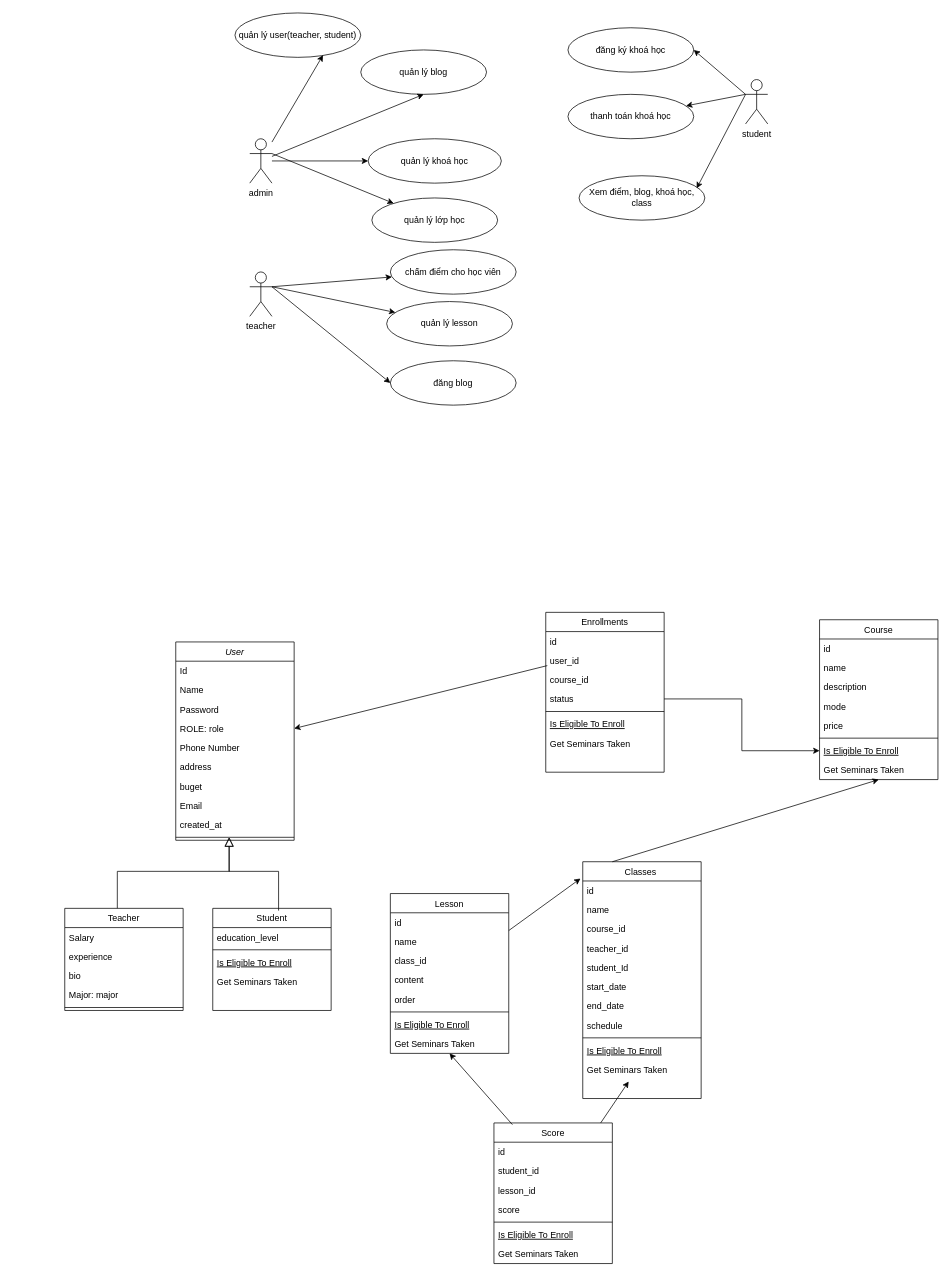
HieuNguyen06nd/JAVA-CORE---30 keeps this draw.io diagram as ManageTech/Biểu đồ không có tiêu đề.drawio. Above is the earlier version. Source tidied: cells renumbered, new cells numbered last; positions are measured from the earlier drawing's top-left corner, leaving out a move shared by most shapes. Both pictures are drawn from the tidied source at 74%, with x=0, y=0 at pixel (64, 13).
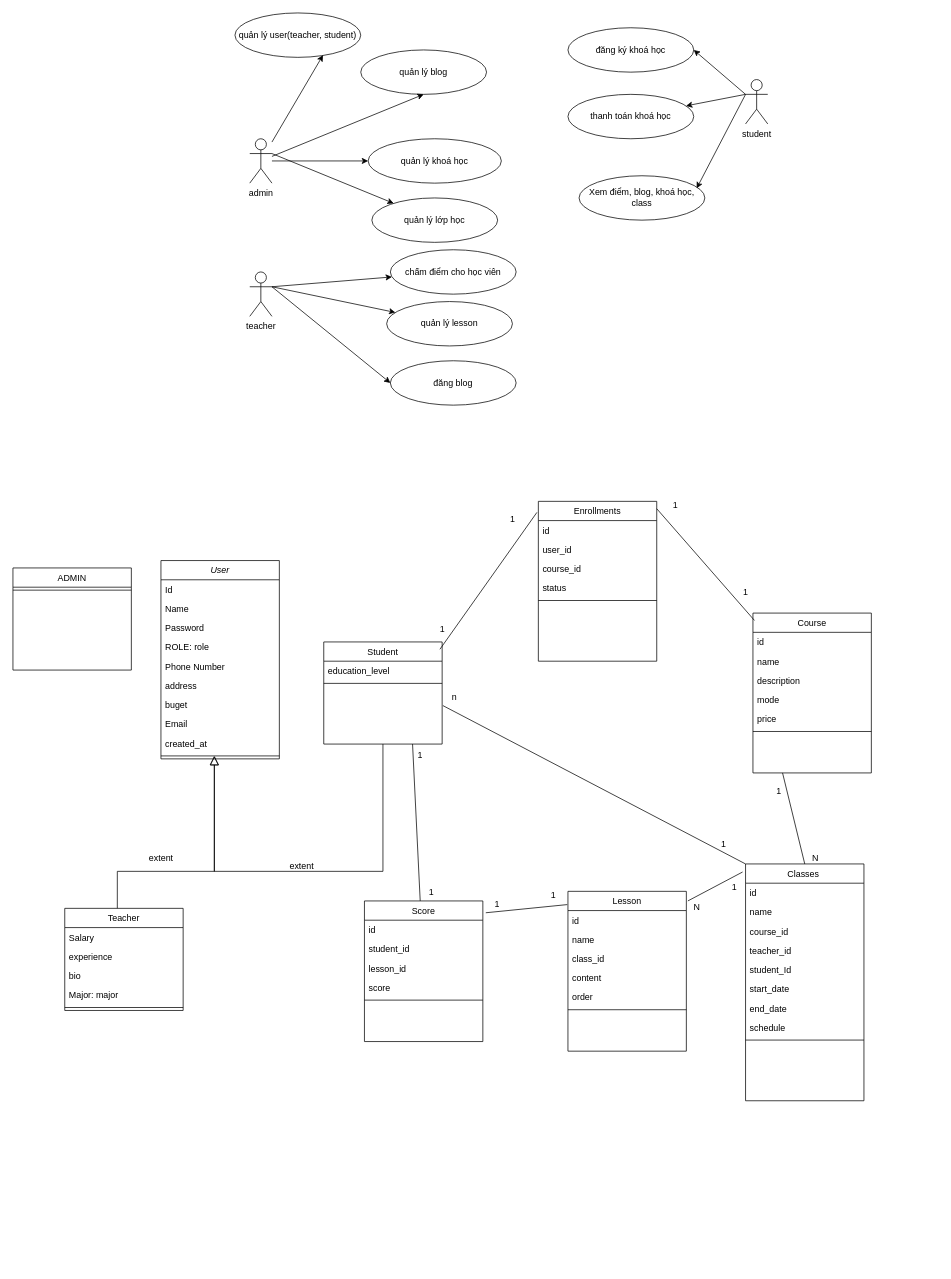
The same page after the edit.

The change refers to these unchanged cells:
```xml
<mxCell id="6" value="ROLE: role" style="text;align=left;verticalAlign=top;spacingLeft=4;spacingRight=4;overflow=hidden;points=[[0,0.5],[1,0.5]];portConstraint=eastwest;" parent="2" vertex="1">
  <mxGeometry y="104" width="160" height="26" as="geometry" />
</mxCell>
<mxCell id="12" style="line;html=1;strokeWidth=1;align=left;verticalAlign=middle;spacingTop=-1;spacingLeft=3;spacingRight=3;labelPosition=right;points=[];portConstraint=eastwest;" parent="2" vertex="1">
  <mxGeometry y="260" width="160" height="8" as="geometry" />
</mxCell>
<mxCell id="70" value="user_id" style="text;align=left;verticalAlign=top;spacingLeft=4;spacingRight=4;overflow=hidden;points=[[0,0.5],[1,0.5]];portConstraint=eastwest;" parent="68" vertex="1">
  <mxGeometry y="52" width="160" height="26" as="geometry" />
</mxCell>
<mxCell id="72" value="status" style="text;align=left;verticalAlign=top;spacingLeft=4;spacingRight=4;overflow=hidden;points=[[0,0.5],[1,0.5]];portConstraint=eastwest;" parent="68" vertex="1">
  <mxGeometry y="104" width="160" height="26" as="geometry" />
</mxCell>
```

What changed in the source:
```diff
@@
     <mxCell id="2" value="User" style="swimlane;fontStyle=2;align=center;verticalAlign=top;horizontal=1;startSize=26;rounded=0;shadow=0;strokeWidth=1;" parent="1" vertex="1">
-      <mxGeometry x="150" y="850" width="160" height="268" as="geometry" />
+      <mxGeometry x="130" y="740" width="160" height="268" as="geometry" />
     </mxCell>
@@
     <mxCell id="13" value="Student" style="swimlane;fontStyle=0;align=center;verticalAlign=top;horizontal=1;startSize=26;rounded=0;shadow=0;strokeWidth=1;" parent="1" vertex="1">
-      <mxGeometry x="200" y="1210" width="160" height="138" as="geometry" />
+      <mxGeometry x="350" y="850" width="160" height="138" as="geometry" />
     </mxCell>
@@
-    <mxCell id="16" value="Is Eligible To Enroll" style="text;align=left;verticalAlign=top;spacingLeft=4;spacingRight=4;overflow=hidden;fontStyle=4;" parent="13" vertex="1">
-      <mxGeometry y="60" width="160" height="26" as="geometry" />
-    </mxCell>
-    <mxCell id="17" value="Get Seminars Taken" style="text;align=left;verticalAlign=top;spacingLeft=4;spacingRight=4;overflow=hidden;" parent="13" vertex="1">
-      <mxGeometry y="86" width="160" height="26" as="geometry" />
-    </mxCell>
@@
-    <mxCell id="19" style="endArrow=block;endSize=10;endFill=0;shadow=0;strokeWidth=1;rounded=0;curved=0;edgeStyle=elbowEdgeStyle;elbow=vertical;entryX=0.45;entryY=0.5;entryDx=0;entryDy=0;entryPerimeter=0;exitX=0.556;exitY=0.022;exitDx=0;exitDy=0;exitPerimeter=0;" parent="1" edge="1" source="13" target="12">
+    <mxCell id="19" style="endArrow=block;endSize=10;endFill=0;shadow=0;strokeWidth=1;rounded=0;curved=0;edgeStyle=elbowEdgeStyle;elbow=vertical;entryX=0.45;entryY=0.5;entryDx=0;entryDy=0;entryPerimeter=0;exitX=0.5;exitY=1;exitDx=0;exitDy=0;" parent="1" edge="1" source="13" target="12">
       <mxGeometry relative="1" as="geometry">
         <Array as="points">
           <mxPoint x="200" y="1160" />
         </Array>
       </mxGeometry>
     </mxCell>
@@
     <mxCell id="26" value="Course" style="swimlane;fontStyle=0;align=center;verticalAlign=top;horizontal=1;startSize=26;rounded=0;shadow=0;strokeWidth=1;" parent="1" vertex="1">
-      <mxGeometry x="1020" y="820" width="160" height="216" as="geometry" />
+      <mxGeometry x="930" y="811" width="160" height="216" as="geometry" />
     </mxCell>
@@
-    <mxCell id="33" value="Is Eligible To Enroll" style="text;align=left;verticalAlign=top;spacingLeft=4;spacingRight=4;overflow=hidden;points=[[0,0.5],[1,0.5]];portConstraint=eastwest;fontStyle=4;" parent="26" vertex="1">
-      <mxGeometry y="164" width="160" height="26" as="geometry" />
-    </mxCell>
-    <mxCell id="34" value="Get Seminars Taken" style="text;align=left;verticalAlign=top;spacingLeft=4;spacingRight=4;overflow=hidden;" parent="26" vertex="1">
-      <mxGeometry y="190" width="160" height="26" as="geometry" />
-    </mxCell>
     <mxCell id="35" value="Classes " style="swimlane;fontStyle=0;align=center;verticalAlign=top;horizontal=1;startSize=26;rounded=0;shadow=0;strokeWidth=1;" parent="1" vertex="1">
-      <mxGeometry x="700" y="1147" width="160" height="320" as="geometry" />
+      <mxGeometry x="920" y="1150" width="160" height="320" as="geometry" />
     </mxCell>
@@
-    <mxCell id="45" value="Is Eligible To Enroll" style="text;align=left;verticalAlign=top;spacingLeft=4;spacingRight=4;overflow=hidden;fontStyle=4;" parent="35" vertex="1">
-      <mxGeometry y="242" width="160" height="26" as="geometry" />
-    </mxCell>
-    <mxCell id="46" value="Get Seminars Taken" style="text;align=left;verticalAlign=top;spacingLeft=4;spacingRight=4;overflow=hidden;points=[[0,0.5],[1,0.5]];portConstraint=eastwest;" parent="35" vertex="1">
-      <mxGeometry y="268" width="160" height="26" as="geometry" />
-    </mxCell>
     <mxCell id="47" value="Lesson" style="swimlane;fontStyle=0;align=center;verticalAlign=top;horizontal=1;startSize=26;rounded=0;shadow=0;strokeWidth=1;" parent="1" vertex="1">
-      <mxGeometry x="440" y="1190" width="160" height="216" as="geometry" />
+      <mxGeometry x="680" y="1187" width="160" height="216" as="geometry" />
     </mxCell>
@@
-    <mxCell id="54" value="Is Eligible To Enroll" style="text;align=left;verticalAlign=top;spacingLeft=4;spacingRight=4;overflow=hidden;fontStyle=4;" parent="47" vertex="1">
-      <mxGeometry y="164" width="160" height="26" as="geometry" />
-    </mxCell>
-    <mxCell id="55" value="Get Seminars Taken" style="text;align=left;verticalAlign=top;spacingLeft=4;spacingRight=4;overflow=hidden;" parent="47" vertex="1">
-      <mxGeometry y="190" width="160" height="26" as="geometry" />
-    </mxCell>
-    <mxCell id="56" style="endArrow=classic;html=1;rounded=0;entryX=-0.019;entryY=0.071;entryDx=0;entryDy=0;entryPerimeter=0;" parent="1" edge="1" source="47" target="35">
-      <mxGeometry relative="1" as="geometry" />
-    </mxCell>
-    <mxCell id="57" style="endArrow=classic;html=1;rounded=0;exitX=0.25;exitY=0;exitDx=0;exitDy=0;entryX=0.5;entryY=1;entryDx=0;entryDy=0;" parent="1" edge="1" source="35" target="26">
-      <mxGeometry relative="1" as="geometry" />
-    </mxCell>
     <mxCell id="58" value="Score" style="swimlane;fontStyle=0;align=center;verticalAlign=top;horizontal=1;startSize=26;rounded=0;shadow=0;strokeWidth=1;" parent="1" vertex="1">
-      <mxGeometry x="580" y="1500" width="160" height="190" as="geometry" />
+      <mxGeometry x="405" y="1200" width="160" height="190" as="geometry" />
     </mxCell>
@@
-    <mxCell id="64" value="Is Eligible To Enroll" style="text;align=left;verticalAlign=top;spacingLeft=4;spacingRight=4;overflow=hidden;fontStyle=4;" parent="58" vertex="1">
-      <mxGeometry y="138" width="160" height="26" as="geometry" />
-    </mxCell>
-    <mxCell id="65" value="Get Seminars Taken" style="text;align=left;verticalAlign=top;spacingLeft=4;spacingRight=4;overflow=hidden;" parent="58" vertex="1">
-      <mxGeometry y="164" width="160" height="26" as="geometry" />
-    </mxCell>
-    <mxCell id="66" style="endArrow=classic;html=1;rounded=0;entryX=0.5;entryY=1;entryDx=0;entryDy=0;exitX=0.156;exitY=0.012;exitDx=0;exitDy=0;exitPerimeter=0;" parent="1" edge="1" source="58" target="47">
-      <mxGeometry relative="1" as="geometry" />
-    </mxCell>
-    <mxCell id="67" style="endArrow=classic;html=1;rounded=0;entryX=0.388;entryY=1.115;entryDx=0;entryDy=0;entryPerimeter=0;" parent="1" edge="1" source="58" target="46">
-      <mxGeometry relative="1" as="geometry" />
-    </mxCell>
     <mxCell id="68" value="Enrollments" style="swimlane;fontStyle=0;align=center;verticalAlign=top;horizontal=1;startSize=26;rounded=0;shadow=0;strokeWidth=1;" parent="1" vertex="1">
-      <mxGeometry x="650" y="810" width="160" height="216" as="geometry" />
+      <mxGeometry x="640" y="660" width="160" height="216" as="geometry" />
     </mxCell>
@@
-    <mxCell id="74" value="Is Eligible To Enroll" style="text;align=left;verticalAlign=top;spacingLeft=4;spacingRight=4;overflow=hidden;fontStyle=4;" parent="68" vertex="1">
-      <mxGeometry y="138" width="160" height="26" as="geometry" />
-    </mxCell>
-    <mxCell id="75" value="Get Seminars Taken" style="text;align=left;verticalAlign=top;spacingLeft=4;spacingRight=4;overflow=hidden;" parent="68" vertex="1">
-      <mxGeometry y="164" width="160" height="26" as="geometry" />
-    </mxCell>
-    <mxCell id="76" style="edgeStyle=orthogonalEdgeStyle;rounded=0;jettySize=auto;html=1;" parent="1" edge="1" source="72" target="33">
-      <mxGeometry relative="1" as="geometry" />
-    </mxCell>
-    <mxCell id="77" style="endArrow=classic;html=1;rounded=0;entryX=1;entryY=0.5;entryDx=0;entryDy=0;exitX=0.013;exitY=0.769;exitDx=0;exitDy=0;exitPerimeter=0;" parent="1" edge="1" source="70" target="6">
-      <mxGeometry relative="1" as="geometry" />
-    </mxCell>
@@
+    <mxCell id="102" style="endArrow=none;html=1;rounded=0;exitX=0.25;exitY=1;exitDx=0;exitDy=0;entryX=0.5;entryY=0;entryDx=0;entryDy=0;" parent="1" edge="1" source="26" target="35">
+      <mxGeometry relative="1" as="geometry" />
+    </mxCell>
+    <mxCell id="103" value="1" style="html=1;whiteSpace=wrap;align=left;verticalAlign=bottom;" parent="102" vertex="1">
+      <mxGeometry x="-1" relative="1" as="geometry">
+        <mxPoint x="-10" y="33" as="offset" />
+      </mxGeometry>
+    </mxCell>
+    <mxCell id="104" value="N" style="html=1;whiteSpace=wrap;align=right;verticalAlign=bottom;" parent="102" vertex="1">
+      <mxGeometry x="1" relative="1" as="geometry">
+        <mxPoint x="20" as="offset" />
+      </mxGeometry>
+    </mxCell>
+    <mxCell id="105" style="endArrow=none;html=1;rounded=0;exitX=0.981;exitY=0.072;exitDx=0;exitDy=0;exitPerimeter=0;entryX=-0.012;entryY=0.069;entryDx=0;entryDy=0;entryPerimeter=0;" parent="1" edge="1" source="13" target="68">
+      <mxGeometry relative="1" as="geometry" />
+    </mxCell>
+    <mxCell id="106" style="endArrow=none;html=1;rounded=0;exitX=-0.025;exitY=0.034;exitDx=0;exitDy=0;exitPerimeter=0;entryX=1.013;entryY=0.06;entryDx=0;entryDy=0;entryPerimeter=0;" parent="1" edge="1" source="35" target="47">
+      <mxGeometry relative="1" as="geometry" />
+    </mxCell>
+    <mxCell id="107" value="1" style="html=1;whiteSpace=wrap;align=left;verticalAlign=bottom;" parent="106" vertex="1">
+      <mxGeometry x="-1" relative="1" as="geometry">
+        <mxPoint x="-16" y="29" as="offset" />
+      </mxGeometry>
+    </mxCell>
+    <mxCell id="108" value="N" style="html=1;whiteSpace=wrap;align=right;verticalAlign=bottom;" parent="106" vertex="1">
+      <mxGeometry x="1" relative="1" as="geometry">
+        <mxPoint x="18" y="17" as="offset" />
+      </mxGeometry>
+    </mxCell>
+    <mxCell id="109" style="endArrow=none;html=1;rounded=0;exitX=-0.006;exitY=0.083;exitDx=0;exitDy=0;exitPerimeter=0;entryX=1.025;entryY=0.084;entryDx=0;entryDy=0;entryPerimeter=0;" parent="1" edge="1" source="47" target="58">
+      <mxGeometry relative="1" as="geometry" />
+    </mxCell>
+    <mxCell id="110" value="1" style="html=1;whiteSpace=wrap;align=right;verticalAlign=bottom;" parent="109" vertex="1">
+      <mxGeometry x="1" relative="1" as="geometry">
+        <mxPoint x="20" y="-3" as="offset" />
+      </mxGeometry>
+    </mxCell>
+    <mxCell id="111" value="1" style="text;html=1;align=center;verticalAlign=middle;strokeColor=none;fillColor=none;" parent="1" vertex="1">
+      <mxGeometry x="495" y="818" width="30" height="30" as="geometry" />
+    </mxCell>
+    <mxCell id="112" value="1" style="text;html=1;align=center;verticalAlign=middle;strokeColor=none;fillColor=none;" parent="1" vertex="1">
+      <mxGeometry x="590" y="670" width="30" height="30" as="geometry" />
+    </mxCell>
+    <mxCell id="113" style="endArrow=none;html=1;rounded=0;exitX=0.013;exitY=0.046;exitDx=0;exitDy=0;exitPerimeter=0;entryX=1;entryY=0.046;entryDx=0;entryDy=0;entryPerimeter=0;" parent="1" edge="1" source="26" target="68">
+      <mxGeometry relative="1" as="geometry" />
+    </mxCell>
+    <mxCell id="114" value="1" style="text;html=1;align=center;verticalAlign=middle;strokeColor=none;fillColor=none;" parent="1" vertex="1">
+      <mxGeometry x="905" y="768" width="30" height="30" as="geometry" />
+    </mxCell>
+    <mxCell id="115" value="1" style="text;html=1;align=center;verticalAlign=middle;strokeColor=none;fillColor=none;" parent="1" vertex="1">
+      <mxGeometry x="810" y="650" width="30" height="30" as="geometry" />
+    </mxCell>
+    <mxCell id="116" value="1" style="text;html=1;align=center;verticalAlign=middle;strokeColor=none;fillColor=none;" parent="1" vertex="1">
+      <mxGeometry x="645" y="1178" width="30" height="30" as="geometry" />
+    </mxCell>
+    <mxCell id="117" style="endArrow=none;html=1;rounded=0;exitX=0.75;exitY=1;exitDx=0;exitDy=0;" parent="1" edge="1" source="13" target="58">
+      <mxGeometry relative="1" as="geometry" />
+    </mxCell>
+    <mxCell id="118" value="1" style="html=1;whiteSpace=wrap;align=right;verticalAlign=bottom;" parent="117" vertex="1">
+      <mxGeometry x="1" relative="1" as="geometry">
+        <mxPoint x="20" y="-3" as="offset" />
+      </mxGeometry>
+    </mxCell>
+    <mxCell id="119" value="1" style="text;html=1;align=center;verticalAlign=middle;strokeColor=none;fillColor=none;" parent="1" vertex="1">
+      <mxGeometry x="465" y="988" width="30" height="30" as="geometry" />
+    </mxCell>
+    <mxCell id="120" style="endArrow=none;html=1;rounded=0;exitX=0;exitY=0;exitDx=0;exitDy=0;entryX=1.006;entryY=1;entryDx=0;entryDy=0;entryPerimeter=0;" parent="1" edge="1" source="35">
+      <mxGeometry relative="1" as="geometry">
+        <mxPoint x="511" y="936" as="targetPoint" />
+      </mxGeometry>
+    </mxCell>
+    <mxCell id="121" value="n" style="html=1;whiteSpace=wrap;align=right;verticalAlign=bottom;" parent="120" vertex="1">
+      <mxGeometry x="1" relative="1" as="geometry">
+        <mxPoint x="20" y="-3" as="offset" />
+      </mxGeometry>
+    </mxCell>
+    <mxCell id="122" value="1" style="text;html=1;align=center;verticalAlign=middle;strokeColor=none;fillColor=none;" parent="1" vertex="1">
+      <mxGeometry x="875" y="1108" width="30" height="30" as="geometry" />
+    </mxCell>
+    <mxCell id="123" value="extent" style="text;html=1;align=center;verticalAlign=middle;strokeColor=none;fillColor=none;" parent="1" vertex="1">
+      <mxGeometry x="290" y="1138" width="60" height="30" as="geometry" />
+    </mxCell>
+    <mxCell id="124" value="extent" style="text;html=1;align=center;verticalAlign=middle;strokeColor=none;fillColor=none;" parent="1" vertex="1">
+      <mxGeometry x="100" y="1128" width="60" height="30" as="geometry" />
+    </mxCell>
+    <mxCell id="125" value="ADMIN" style="swimlane;fontStyle=0;align=center;verticalAlign=top;horizontal=1;startSize=26;rounded=0;shadow=0;strokeWidth=1;" parent="1" vertex="1">
+      <mxGeometry x="-70" y="750" width="160" height="138" as="geometry" />
+    </mxCell>
+    <mxCell id="126" style="line;html=1;strokeWidth=1;align=left;verticalAlign=middle;spacingTop=-1;spacingLeft=3;spacingRight=3;labelPosition=right;" parent="125" vertex="1">
+      <mxGeometry y="26" width="160" height="8" as="geometry" />
+    </mxCell>
```
